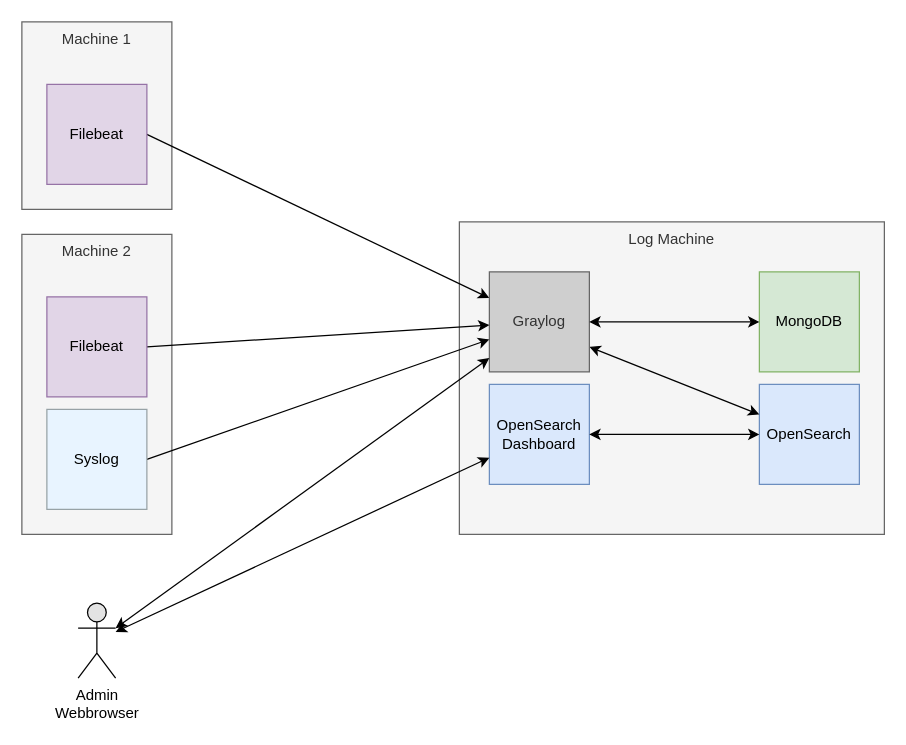
This is diagrams/central-logging-components.drawio from soerenmetje/docker-graylog, a draw.io file, before an edit. Source tidied: cells renumbered, new cells numbered last; positions are measured from the earlier drawing's top-left corner, leaving out a move shared by most shapes. Both pictures are drawn from the tidied source at 125%, with x=0, y=0 at pixel (21, 21).
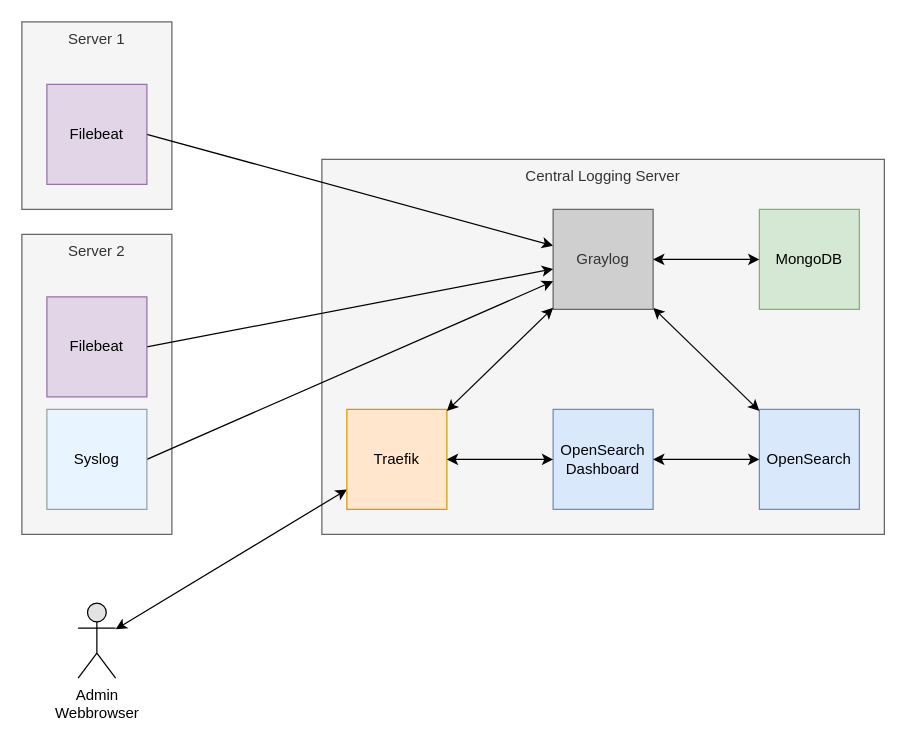
After the change.

Commit message (it also covers changes not shown here):
Add Traefik to diagram

Unchanged cells that the change refers to:
```xml
<mxCell id="14" value="&lt;div&gt;Admin&lt;/div&gt;Webbrowser" style="shape=umlActor;verticalLabelPosition=bottom;verticalAlign=top;html=1;outlineConnect=0;fillColor=#E3E3E3;" parent="1" vertex="1">
  <mxGeometry x="45" y="465" width="30" height="60" as="geometry" />
</mxCell>
```

What changed in the source:
```diff
@@
-    <mxCell id="2" value="Log Machine" style="rounded=0;whiteSpace=wrap;html=1;verticalAlign=top;fontColor=#333333;fillColor=#f5f5f5;strokeColor=#666666;" parent="1" vertex="1">
-      <mxGeometry x="350" y="160" width="340" height="250" as="geometry" />
+    <mxCell id="2" value="Central Logging Server" style="rounded=0;whiteSpace=wrap;html=1;verticalAlign=top;fontColor=#333333;fillColor=#f5f5f5;strokeColor=#666666;" parent="1" vertex="1">
+      <mxGeometry x="240" y="110" width="450" height="300" as="geometry" />
     </mxCell>
-    <mxCell id="3" value="Machine 1" style="rounded=0;whiteSpace=wrap;html=1;verticalAlign=top;fontColor=#333333;fillColor=#f5f5f5;strokeColor=#666666;" parent="1" vertex="1">
+    <mxCell id="3" value="Server 1" style="rounded=0;whiteSpace=wrap;html=1;verticalAlign=top;fontColor=#333333;fillColor=#f5f5f5;strokeColor=#666666;" parent="1" vertex="1">
       <mxGeometry width="120" height="150" as="geometry" />
     </mxCell>
@@
     <mxCell id="6" value="OpenSearch" style="rounded=0;whiteSpace=wrap;html=1;fillColor=#dae8fc;strokeColor=#6c8ebf;" parent="1" vertex="1">
-      <mxGeometry x="590" y="290" width="80" height="80" as="geometry" />
+      <mxGeometry x="590" y="310" width="80" height="80" as="geometry" />
     </mxCell>
-    <mxCell id="7" style="rounded=0;jettySize=auto;html=1;exitX=1;exitY=0.75;exitDx=0;exitDy=0;endArrow=classic;endFill=1;startArrow=classic;startFill=1;" parent="1" edge="1" source="8" target="6">
+    <mxCell id="7" style="rounded=0;jettySize=auto;html=1;endArrow=classic;endFill=1;startArrow=classic;startFill=1;" parent="1" edge="1" source="8" target="6">
       <mxGeometry relative="1" as="geometry" />
     </mxCell>
     <mxCell id="8" value="&lt;div&gt;Graylog&lt;/div&gt;" style="rounded=0;whiteSpace=wrap;html=1;fillColor=#CFCFCF;strokeColor=#666666;fontColor=#333333;" parent="1" vertex="1">
-      <mxGeometry x="374" y="200" width="80" height="80" as="geometry" />
+      <mxGeometry x="425" y="150" width="80" height="80" as="geometry" />
     </mxCell>
     <mxCell id="9" value="MongoDB" style="rounded=0;whiteSpace=wrap;html=1;fillColor=#d5e8d4;strokeColor=#82b366;" parent="1" vertex="1">
-      <mxGeometry x="590" y="200" width="80" height="80" as="geometry" />
+      <mxGeometry x="590" y="150" width="80" height="80" as="geometry" />
     </mxCell>
-    <mxCell id="10" value="Machine 2" style="rounded=0;whiteSpace=wrap;html=1;verticalAlign=top;fontColor=#333333;fillColor=#f5f5f5;strokeColor=#666666;" parent="1" vertex="1">
+    <mxCell id="10" value="Server 2" style="rounded=0;whiteSpace=wrap;html=1;verticalAlign=top;fontColor=#333333;fillColor=#f5f5f5;strokeColor=#666666;" parent="1" vertex="1">
       <mxGeometry y="170" width="120" height="240" as="geometry" />
     </mxCell>
@@
-    <mxCell id="13" style="edgeStyle=none;rounded=0;jettySize=auto;html=1;exitX=1;exitY=0.3333333333333333;exitDx=0;exitDy=0;exitPerimeter=0;startArrow=classic;startFill=1;endArrow=classic;endFill=1;" parent="1" edge="1" source="14" target="8">
-      <mxGeometry relative="1" as="geometry" />
-    </mxCell>
@@
     <mxCell id="18" value="&lt;div&gt;OpenSearch&lt;/div&gt;Dashboard" style="rounded=0;whiteSpace=wrap;html=1;fillColor=#dae8fc;strokeColor=#6c8ebf;" parent="1" vertex="1">
-      <mxGeometry x="374" y="290" width="80" height="80" as="geometry" />
+      <mxGeometry x="425" y="310" width="80" height="80" as="geometry" />
     </mxCell>
-    <mxCell id="19" style="endArrow=classic;startArrow=classic;html=1;rounded=0;" parent="1" edge="1" source="14" target="18">
+    <mxCell id="19" style="endArrow=classic;startArrow=classic;html=1;rounded=0;" parent="1" edge="1" source="14" target="21">
       <mxGeometry relative="1" as="geometry" />
     </mxCell>
@@
+    <mxCell id="21" value="Traefik" style="rounded=0;whiteSpace=wrap;html=1;fillColor=#ffe6cc;strokeColor=#d79b00;" parent="1" vertex="1">
+      <mxGeometry x="260" y="310" width="80" height="80" as="geometry" />
+    </mxCell>
+    <mxCell id="22" style="endArrow=classic;startArrow=classic;html=1;rounded=0;" parent="1" edge="1" source="21" target="18">
+      <mxGeometry relative="1" as="geometry" />
+    </mxCell>
+    <mxCell id="23" style="endArrow=classic;startArrow=classic;html=1;rounded=0;" parent="1" edge="1" source="21" target="8">
+      <mxGeometry relative="1" as="geometry" />
+    </mxCell>
```
